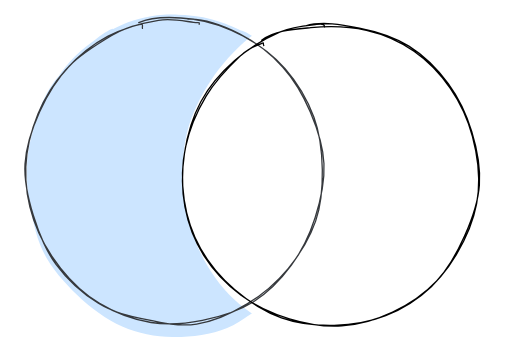
Above: content/files/sql_left_outer_exclusive_join.svg in TheRealMattDunn/mattdunn.info (draw.io), before the change. Source tidied: cells renumbered, new cells last; positions are measured from the earlier drawing's top-left corner, leaving out a move shared by most shapes. Its diagram source:
```xml
<mxGraphModel>
  <root>
    <mxCell id="0" />
    <mxCell id="1" parent="0" />
    <mxCell id="2" style="ellipse;whiteSpace=wrap;html=1;fillColor=#cce5ff;sketch=1;fillStyle=solid;strokeColor=none;" parent="1" vertex="1">
      <mxGeometry y="5" width="240" height="240" as="geometry" />
    </mxCell>
    <mxCell id="3" style="ellipse;whiteSpace=wrap;html=1;strokeColor=none;sketch=1;fillStyle=solid;" parent="1" vertex="1">
      <mxGeometry x="120" y="5" width="240" height="240" as="geometry" />
    </mxCell>
    <mxCell id="4" style="ellipse;whiteSpace=wrap;html=1;strokeColor=#36393d;sketch=1;fillStyle=solid;fillColor=none;" parent="1" vertex="1">
      <mxGeometry width="240" height="245" as="geometry" />
    </mxCell>
    <mxCell id="5" style="ellipse;whiteSpace=wrap;html=1;fillColor=none;" parent="1" vertex="1">
      <mxGeometry x="120" y="5" width="240" height="240" as="geometry" />
    </mxCell>
  </root>
</mxGraphModel>
```
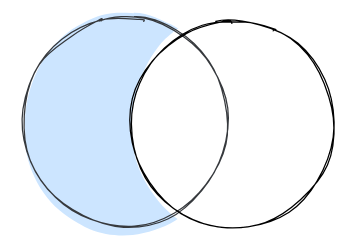
The same file after the commit.

Change to the diagram source:
```diff
@@ -2,17 +2,20 @@
   <root>
     <mxCell id="0" />
     <mxCell id="1" parent="0" />
+    <mxCell id="6" style="group;" parent="1" vertex="1">
+      <mxGeometry width="255" height="173.5" as="geometry" />
+    </mxCell>
-    <mxCell id="2" style="ellipse;whiteSpace=wrap;html=1;fillColor=#cce5ff;sketch=1;fillStyle=solid;strokeColor=none;" parent="1" vertex="1">
-      <mxGeometry y="5" width="240" height="240" as="geometry" />
+    <mxCell id="2" style="ellipse;whiteSpace=wrap;html=1;fillColor=#cce5ff;sketch=1;fillStyle=solid;strokeColor=none;" parent="6" vertex="1">
+      <mxGeometry y="3.5" width="170" height="170" as="geometry" />
     </mxCell>
-    <mxCell id="3" style="ellipse;whiteSpace=wrap;html=1;strokeColor=none;sketch=1;fillStyle=solid;" parent="1" vertex="1">
-      <mxGeometry x="120" y="5" width="240" height="240" as="geometry" />
+    <mxCell id="3" style="ellipse;whiteSpace=wrap;html=1;strokeColor=none;sketch=1;fillStyle=solid;" parent="6" vertex="1">
+      <mxGeometry x="85" y="3.5" width="170" height="170" as="geometry" />
     </mxCell>
-    <mxCell id="4" style="ellipse;whiteSpace=wrap;html=1;strokeColor=#36393d;sketch=1;fillStyle=solid;fillColor=none;" parent="1" vertex="1">
-      <mxGeometry width="240" height="245" as="geometry" />
+    <mxCell id="4" style="ellipse;whiteSpace=wrap;html=1;strokeColor=#36393d;sketch=1;fillStyle=solid;fillColor=none;" parent="6" vertex="1">
+      <mxGeometry width="170" height="173.5" as="geometry" />
     </mxCell>
-    <mxCell id="5" style="ellipse;whiteSpace=wrap;html=1;fillColor=none;" parent="1" vertex="1">
-      <mxGeometry x="120" y="5" width="240" height="240" as="geometry" />
+    <mxCell id="5" style="ellipse;whiteSpace=wrap;html=1;fillColor=none;" parent="6" vertex="1">
+      <mxGeometry x="85" y="3.5" width="170" height="170" as="geometry" />
     </mxCell>
   </root>
 </mxGraphModel>
```
